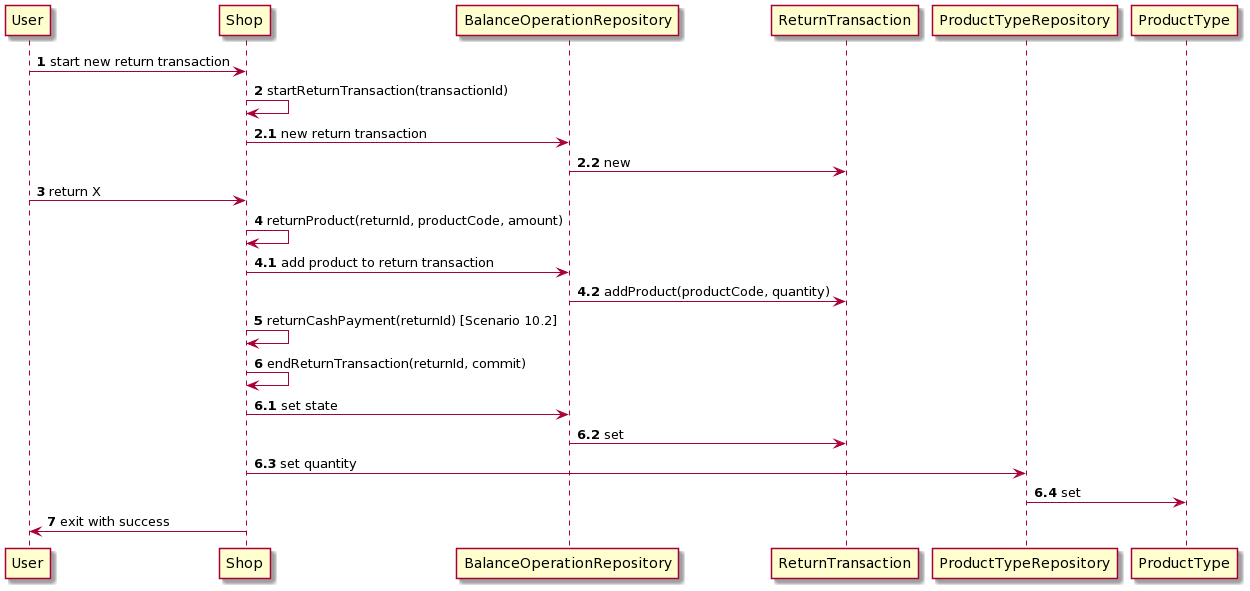
The PlantUML diagram Deliverables/Images/design/8.2.png in setareA/ezshop, before a commit.
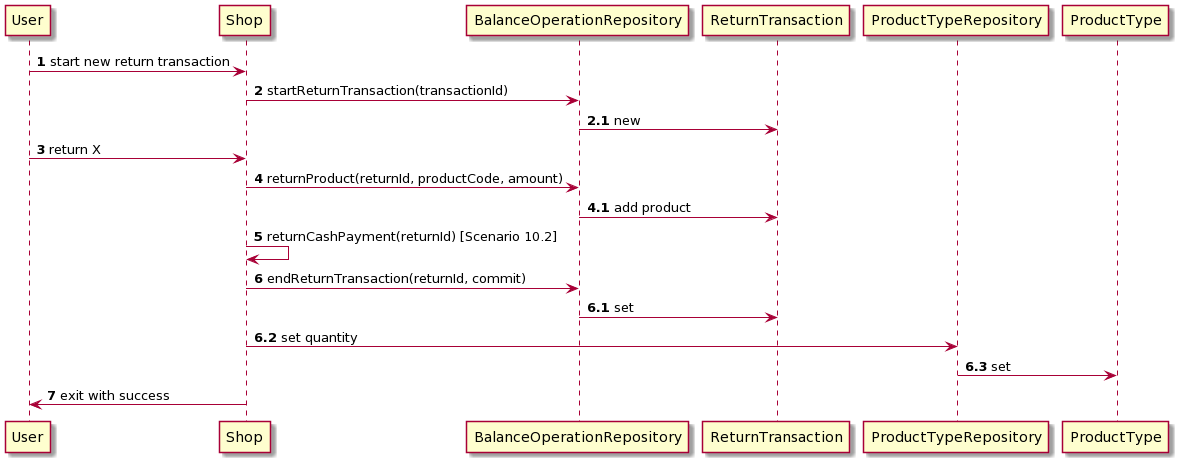
After the change.

Diff of the diagram source:
```diff
@@ -1,17 +1,14 @@
 @startuml
 User-> Shop: <b>1</b> start new return transaction
-Shop -> Shop: <b>2</b> startReturnTransaction(transactionId)
-Shop -> BalanceOperationRepository : <b>2.1</b> new return transaction
-BalanceOperationRepository -> ReturnTransaction: <b>2.2</b> new
+Shop -> BalanceOperationRepository : <b>2</b> startReturnTransaction(transactionId)
+BalanceOperationRepository -> ReturnTransaction: <b>2.1</b> new
 User -> Shop : <b>3</b> return X
-Shop -> Shop : <b>4</b> returnProduct(returnId, productCode, amount)
-Shop -> BalanceOperationRepository : <b>4.1</b> add product to return transaction
-BalanceOperationRepository -> ReturnTransaction: <b>4.2</b> addProduct(productCode, quantity)
+Shop -> BalanceOperationRepository : <b>4</b> returnProduct(returnId, productCode, amount)
+BalanceOperationRepository -> ReturnTransaction: <b>4.1</b> add product
 Shop -> Shop : <b>5</b> returnCashPayment(returnId) [Scenario 10.2]
-Shop -> Shop : <b>6</b> endReturnTransaction(returnId, commit)
-Shop -> BalanceOperationRepository : <b>6.1</b> set state
-BalanceOperationRepository -> ReturnTransaction: <b>6.2</b> set
-Shop -> ProductTypeRepository : <b>6.3</b> set quantity
-ProductTypeRepository -> ProductType: <b>6.4</b> set
+Shop -> BalanceOperationRepository : <b>6</b> endReturnTransaction(returnId, commit)
+BalanceOperationRepository -> ReturnTransaction: <b>6.1</b> set
+Shop -> ProductTypeRepository : <b>6.2</b> set quantity
+ProductTypeRepository -> ProductType: <b>6.3</b> set
 Shop -> User : <b>7</b> exit with success
 @enduml
```
